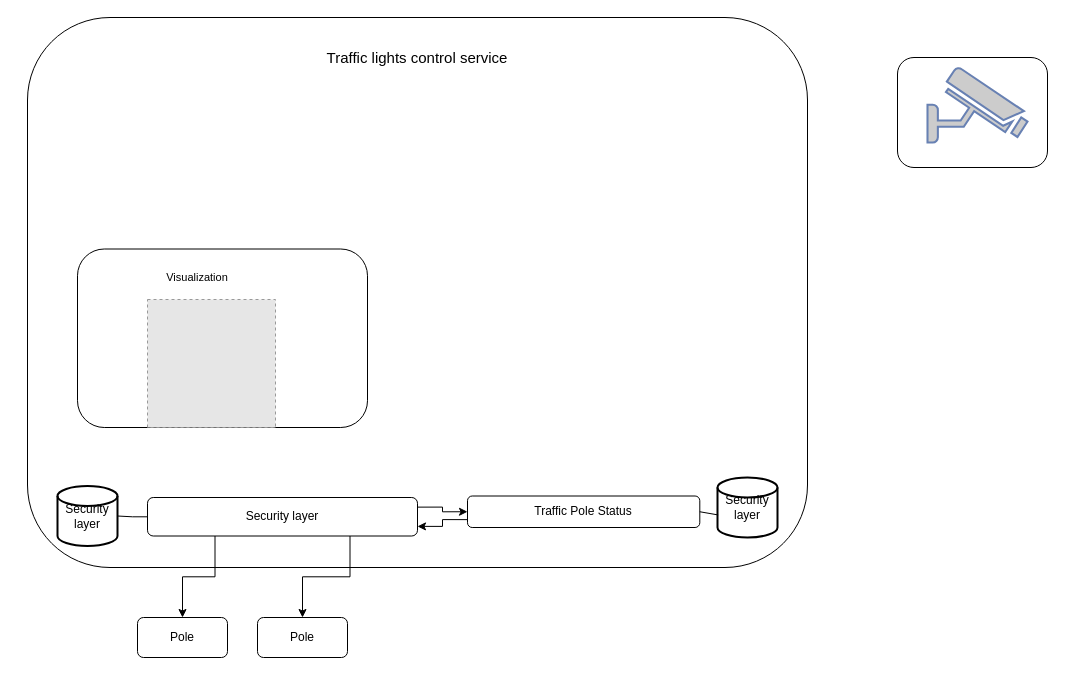
Above: Untitled Diagram.drawio in Mrazbb/OAMK_DDD (draw.io), before the change. Source tidied: cells renumbered, new cells numbered last; positions are measured from the earlier drawing's top-left corner, leaving out a move shared by most shapes. Both pictures are drawn from the tidied source at 100%, with x=0, y=0 at pixel (27, 17). Pictures stored in the file or linked from it are replaced by grey dashed boxes.
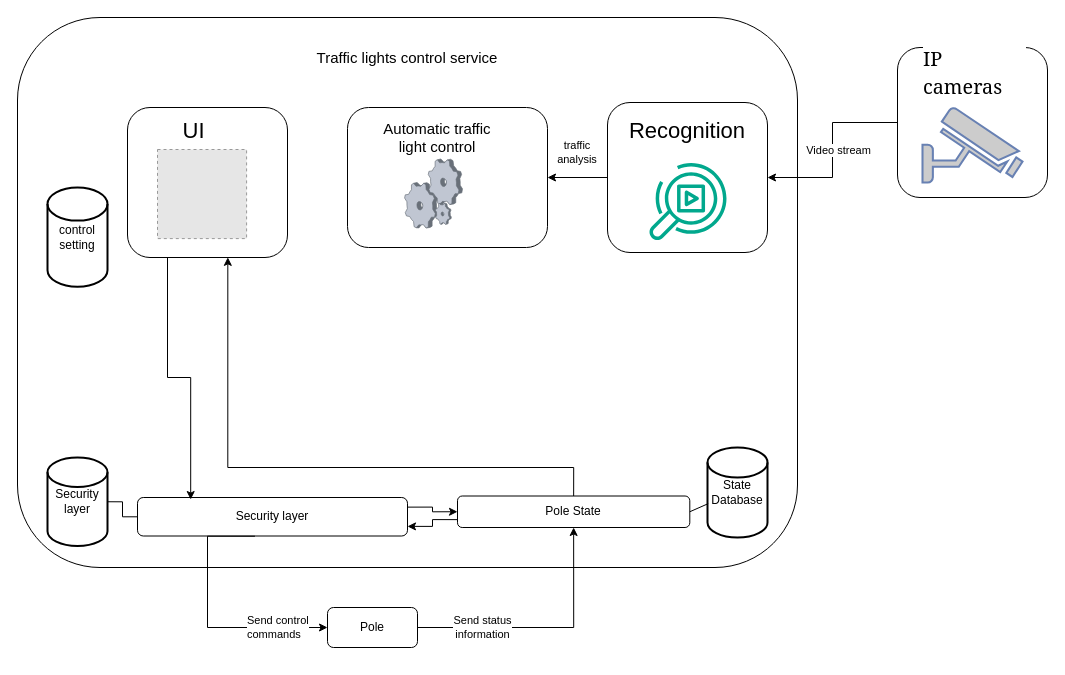
Above is the later version.

Unchanged cells that the change refers to:
```xml
<mxCell id="4" style="rounded=1;whiteSpace=wrap;html=1;align=center;" parent="3" vertex="1">
  <mxGeometry x="-30" y="-170" width="780" height="550" as="geometry" />
</mxCell>
<mxCell id="8" value="Security layer" style="rounded=1;whiteSpace=wrap;html=1;" parent="4" vertex="1">
  <mxGeometry x="120" y="480" width="270" height="38.5" as="geometry" />
</mxCell>
```

Change to the diagram source:
```diff
@@
     <mxCell id="2" value="Pole" style="rounded=1;whiteSpace=wrap;html=1;" parent="1" vertex="1">
-      <mxGeometry x="110" y="600" width="90" height="40" as="geometry" />
+      <mxGeometry x="300" y="590" width="90" height="40" as="geometry" />
     </mxCell>
     <mxCell id="3" style="group;" parent="1" vertex="1">
-      <mxGeometry x="30" y="170" width="750" height="400" as="geometry" />
+      <mxGeometry x="20" y="170" width="750" height="400" as="geometry" />
     </mxCell>
@@
-    <mxCell id="10" value="Traffic Pole Status" style="rounded=1;whiteSpace=wrap;html=1;" parent="4" vertex="1">
+    <mxCell id="10" value="Pole State" style="rounded=1;whiteSpace=wrap;html=1;" parent="4" vertex="1">
       <mxGeometry x="440" y="478.5" width="232.3" height="31.5" as="geometry" />
     </mxCell>
     <mxCell id="11" value="Security layer" style="strokeWidth=2;html=1;shape=mxgraph.flowchart.database;whiteSpace=wrap;" parent="4" vertex="1">
-      <mxGeometry x="30" y="468.5" width="60" height="60" as="geometry" />
+      <mxGeometry x="30" y="440" width="60" height="88.5" as="geometry" />
     </mxCell>
@@
-    <mxCell id="13" value="Security layer" style="strokeWidth=2;html=1;shape=mxgraph.flowchart.database;whiteSpace=wrap;" parent="4" vertex="1">
-      <mxGeometry x="690" y="460" width="60" height="60" as="geometry" />
+    <mxCell id="13" value="State Database" style="strokeWidth=2;html=1;shape=mxgraph.flowchart.database;whiteSpace=wrap;" parent="4" vertex="1">
+      <mxGeometry x="690" y="430" width="60" height="90" as="geometry" />
     </mxCell>
@@
+    <mxCell id="24" style="rounded=1;whiteSpace=wrap;html=1;" parent="4" vertex="1">
+      <mxGeometry x="330" y="90" width="200" height="140" as="geometry" />
+    </mxCell>
+    <mxCell id="25" value="Automatic traffic light control" style="text;html=1;strokeColor=none;fillColor=none;align=center;verticalAlign=middle;whiteSpace=wrap;rounded=0;fontFamily=Helvetica;fontSize=15;fontColor=default;" parent="24" vertex="1">
+      <mxGeometry x="20" width="140" height="60" as="geometry" />
+    </mxCell>
+    <mxCell id="26" style="verticalLabelPosition=bottom;sketch=0;html=1;verticalAlign=top;strokeColor=none;align=center;shape=mxgraph.citrix.process;fontFamily=Helvetica;fontSize=11;fontColor=default;" parent="24" vertex="1">
+      <mxGeometry x="57.1" y="51.5" width="57.9" height="69" as="geometry" />
+    </mxCell>
+    <mxCell id="27" value="control setting" style="strokeWidth=2;html=1;shape=mxgraph.flowchart.database;whiteSpace=wrap;" parent="4" vertex="1">
+      <mxGeometry x="30" y="170" width="60" height="99.3" as="geometry" />
+    </mxCell>
+    <mxCell id="28" style="edgeStyle=orthogonalEdgeStyle;shape=connector;rounded=0;jettySize=auto;html=1;entryX=1;entryY=0.5;entryDx=0;entryDy=0;labelBackgroundColor=default;strokeColor=default;align=center;verticalAlign=middle;fontFamily=Helvetica;fontSize=11;fontColor=default;endArrow=classic;" parent="4" edge="1" source="29" target="24">
+      <mxGeometry relative="1" as="geometry" />
+    </mxCell>
+    <mxCell id="29" style="rounded=1;whiteSpace=wrap;html=1;" parent="4" vertex="1">
+      <mxGeometry x="590" y="85" width="160" height="150" as="geometry" />
+    </mxCell>
+    <mxCell id="30" value="Recognition" style="text;html=1;strokeColor=none;fillColor=none;align=center;verticalAlign=middle;whiteSpace=wrap;rounded=0;fontFamily=Helvetica;fontSize=22;fontColor=default;" parent="29" vertex="1">
+      <mxGeometry x="34.8" y="16.8" width="90.3" height="25.2" as="geometry" />
+    </mxCell>
+    <mxCell id="31" style="sketch=0;fontColor=#232F3E;gradientColor=none;fillColor=#01A88D;strokeColor=none;dashed=0;verticalLabelPosition=bottom;verticalAlign=top;align=center;html=1;fontSize=12;fontStyle=0;shape=mxgraph.aws4.rekognition_video;fontFamily=Helvetica;" parent="29" vertex="1">
+      <mxGeometry x="42" y="60" width="77" height="78" as="geometry" />
+    </mxCell>
     <mxCell id="15" style="rounded=1;whiteSpace=wrap;html=1;" parent="4" vertex="1">
-      <mxGeometry x="50" y="231.5" width="290" height="178.5" as="geometry" />
+      <mxGeometry x="110" y="90" width="160" height="150" as="geometry" />
     </mxCell>
     <mxCell id="16" style="fillColor=#E6E6E6;strokeColor=#999999;dashed=1;html=1;verticalAlign=top;verticalLabelPosition=bottom;labelBackgroundColor=#ffffff;fontFamily=Helvetica;fontSize=11;fontColor=default;" parent="15" vertex="1">
-      <mxGeometry x="70" y="50.5" width="128" height="128" as="geometry" />
+      <mxGeometry x="30" y="42" width="89.1" height="89.1" as="geometry" />
     </mxCell>
-    <mxCell id="17" value="Visualization" style="text;html=1;strokeColor=none;fillColor=none;align=center;verticalAlign=middle;whiteSpace=wrap;rounded=0;fontFamily=Helvetica;fontSize=11;fontColor=default;" parent="15" vertex="1">
-      <mxGeometry x="90" y="13.5" width="60" height="30" as="geometry" />
+    <mxCell id="17" value="UI" style="text;html=1;strokeColor=none;fillColor=none;align=center;verticalAlign=middle;whiteSpace=wrap;rounded=0;fontFamily=Helvetica;fontSize=22;fontColor=default;" parent="15" vertex="1">
+      <mxGeometry x="49.7" y="11.4" width="33.1" height="25.2" as="geometry" />
     </mxCell>
-    <mxCell id="18" value="Pole" style="rounded=1;whiteSpace=wrap;html=1;" parent="1" vertex="1">
-      <mxGeometry x="230" y="600" width="90" height="40" as="geometry" />
-    </mxCell>
-    <mxCell id="19" style="edgeStyle=orthogonalEdgeStyle;rounded=0;jettySize=auto;html=1;exitX=0.25;exitY=1;exitDx=0;exitDy=0;" parent="1" edge="1" source="8" target="2">
-      <mxGeometry relative="1" as="geometry" />
-    </mxCell>
-    <mxCell id="20" style="edgeStyle=orthogonalEdgeStyle;rounded=0;jettySize=auto;html=1;exitX=0.75;exitY=1;exitDx=0;exitDy=0;" parent="1" edge="1" source="8" target="18">
-      <mxGeometry relative="1" as="geometry" />
-    </mxCell>
+    <mxCell id="32" style="edgeStyle=orthogonalEdgeStyle;shape=connector;rounded=0;jettySize=auto;html=1;exitX=0.5;exitY=0;exitDx=0;exitDy=0;entryX=0.627;entryY=0.999;entryDx=0;entryDy=0;entryPerimeter=0;labelBackgroundColor=default;strokeColor=default;align=center;verticalAlign=middle;fontFamily=Helvetica;fontSize=11;fontColor=default;endArrow=classic;" parent="4" edge="1" source="10" target="15">
+      <mxGeometry relative="1" as="geometry">
+        <Array as="points">
+          <mxPoint x="556" y="450" />
+          <mxPoint x="210" y="450" />
+        </Array>
+      </mxGeometry>
+    </mxCell>
+    <mxCell id="33" value="traffic analysis" style="text;html=1;strokeColor=none;fillColor=none;align=center;verticalAlign=middle;whiteSpace=wrap;rounded=0;fontFamily=Helvetica;fontSize=11;fontColor=default;" parent="4" vertex="1">
+      <mxGeometry x="530" y="120" width="60" height="30" as="geometry" />
+    </mxCell>
+    <mxCell id="34" style="edgeStyle=orthogonalEdgeStyle;shape=connector;rounded=0;jettySize=auto;html=1;exitX=0.25;exitY=1;exitDx=0;exitDy=0;entryX=0.197;entryY=0.053;entryDx=0;entryDy=0;entryPerimeter=0;labelBackgroundColor=default;strokeColor=default;align=center;verticalAlign=middle;fontFamily=Helvetica;fontSize=11;fontColor=default;endArrow=classic;" parent="4" edge="1" source="15" target="8">
+      <mxGeometry relative="1" as="geometry" />
+    </mxCell>
     <mxCell id="21" style="group;" parent="1" vertex="1">
-      <mxGeometry x="870" y="40" width="150" height="110" as="geometry" />
+      <mxGeometry x="870" y="30" width="150" height="150" as="geometry" />
     </mxCell>
     <mxCell id="22" style="rounded=1;whiteSpace=wrap;html=1;fontFamily=Helvetica;fontSize=11;fontColor=default;" parent="21" vertex="1">
-      <mxGeometry width="150" height="110" as="geometry" />
+      <mxGeometry width="150" height="150" as="geometry" />
     </mxCell>
     <mxCell id="23" style="fontColor=#0066CC;verticalAlign=top;verticalLabelPosition=bottom;labelPosition=center;align=center;html=1;fillColor=#CCCCCC;strokeColor=#6881B3;gradientColor=none;gradientDirection=north;strokeWidth=2;shape=mxgraph.networks.security_camera;fontFamily=Helvetica;fontSize=11;" parent="21" vertex="1">
-      <mxGeometry x="30" y="10" width="100" height="75" as="geometry" />
+      <mxGeometry x="25" y="60" width="100" height="75" as="geometry" />
     </mxCell>
+    <mxCell id="35" value="&lt;h1 style=&quot;font-weight: normal; margin: 0px; padding: 0px; overflow: hidden; border: 0px; font-size: 1.8em; font-family: &amp;quot;Linux Libertine&amp;quot;, Georgia, Times, &amp;quot;Source Serif Pro&amp;quot;, serif; line-height: 1.375; overflow-wrap: break-word; flex-grow: 1; text-align: start; background-color: rgb(255, 255, 255);&quot; class=&quot;firstHeading mw-first-heading&quot; id=&quot;firstHeading&quot;&gt;IP cameras&lt;/h1&gt;" style="text;html=1;strokeColor=none;fillColor=none;align=center;verticalAlign=middle;whiteSpace=wrap;rounded=0;fontFamily=Helvetica;fontSize=11;fontColor=default;" parent="21" vertex="1">
+      <mxGeometry x="25" y="10" width="105" height="30" as="geometry" />
+    </mxCell>
+    <mxCell id="36" style="rounded=0;jettySize=auto;html=1;exitX=1;exitY=0.5;exitDx=0;exitDy=0;entryX=0.5;entryY=1;entryDx=0;entryDy=0;labelBackgroundColor=default;strokeColor=default;align=center;verticalAlign=middle;fontFamily=Helvetica;fontSize=11;fontColor=default;endArrow=classic;edgeStyle=orthogonalEdgeStyle;" parent="1" edge="1" source="2" target="10">
+      <mxGeometry relative="1" as="geometry" />
+    </mxCell>
+    <mxCell id="37" value="Send status &lt;br&gt;information" style="edgeLabel;html=1;align=center;verticalAlign=middle;fontFamily=Helvetica;fontSize=11;fontColor=default;" parent="36" vertex="1">
+      <mxGeometry x="-0.5" y="1" relative="1" as="geometry" />
+    </mxCell>
+    <mxCell id="19" value="Send control &lt;br&gt;commands" style="rounded=0;jettySize=auto;html=1;exitX=0.435;exitY=1.006;exitDx=0;exitDy=0;labelBorderColor=none;align=left;entryX=0;entryY=0.5;entryDx=0;entryDy=0;exitPerimeter=0;edgeStyle=orthogonalEdgeStyle;" parent="1" edge="1" source="8" target="2">
+      <mxGeometry x="0.37" relative="1" as="geometry">
+        <Array as="points">
+          <mxPoint x="180" y="519" />
+          <mxPoint x="180" y="610" />
+        </Array>
+      </mxGeometry>
+    </mxCell>
+    <mxCell id="38" style="edgeStyle=orthogonalEdgeStyle;shape=connector;rounded=0;jettySize=auto;html=1;labelBackgroundColor=default;strokeColor=default;align=center;verticalAlign=middle;fontFamily=Helvetica;fontSize=11;fontColor=default;endArrow=classic;" parent="1" edge="1" source="22" target="29">
+      <mxGeometry relative="1" as="geometry" />
+    </mxCell>
+    <mxCell id="39" value="Video stream&lt;br&gt;" style="edgeLabel;html=1;align=center;verticalAlign=middle;fontFamily=Helvetica;fontSize=11;fontColor=default;" parent="38" vertex="1">
+      <mxGeometry x="0.12" relative="1" as="geometry">
+        <mxPoint x="5" y="-12" as="offset" />
+      </mxGeometry>
+    </mxCell>
```
